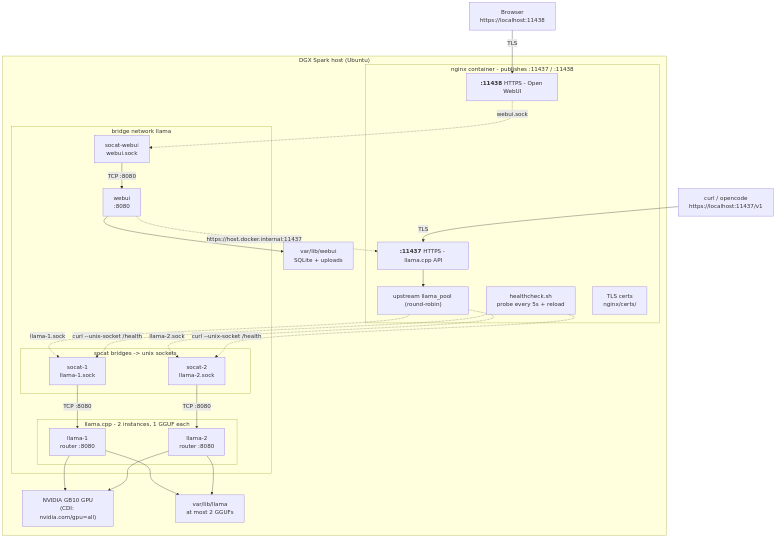
SpotDraft/llamacpp-serve keeps this Mermaid diagram as docs/diagrams/architecture.png. Above is the earlier version. Its source is kept beside it as docs/diagrams/architecture.mmd.
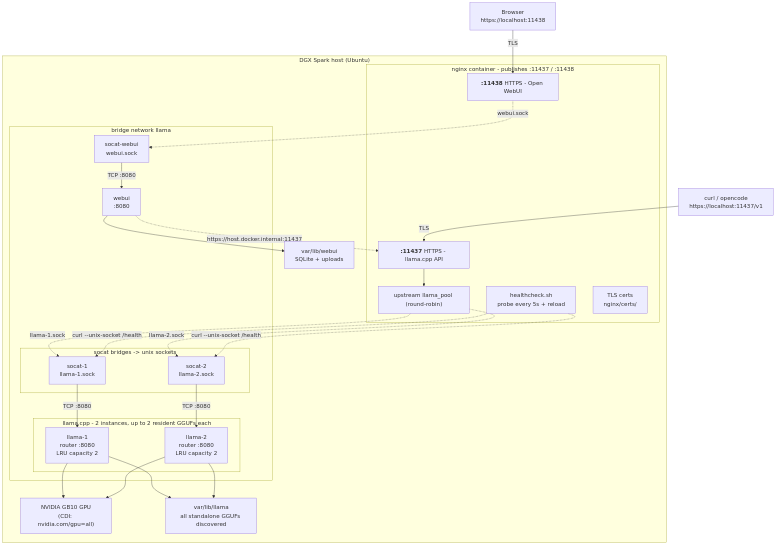
After the commit.

Diff of the diagram source:
```diff
@@ -12,9 +12,9 @@
         end
 
         subgraph NET["bridge network llama"]
-            subgraph POOL["llama.cpp - 2 instances, 1 GGUF each"]
-                L1["llama-1<br/>router :8080"]
-                L2["llama-2<br/>router :8080"]
+            subgraph POOL["llama.cpp - 2 instances, up to 2 resident GGUFs each"]
+                L1["llama-1<br/>router :8080<br/>LRU capacity 2"]
+                L2["llama-2<br/>router :8080<br/>LRU capacity 2"]
             end
             subgraph SOC["socat bridges -> unix sockets"]
                 S1["socat-1<br/>llama-1.sock"]
@@ -25,7 +25,7 @@
         end
 
         GPU["NVIDIA GB10 GPU<br/>(CDI: nvidia.com/gpu=all)"]
-        MODELS["var/lib/llama<br/>at most 2 GGUFs"]
+        MODELS["var/lib/llama<br/>all standalone GGUFs discovered"]
         DATA["var/lib/webui<br/>SQLite + uploads"]
     end
 
```
